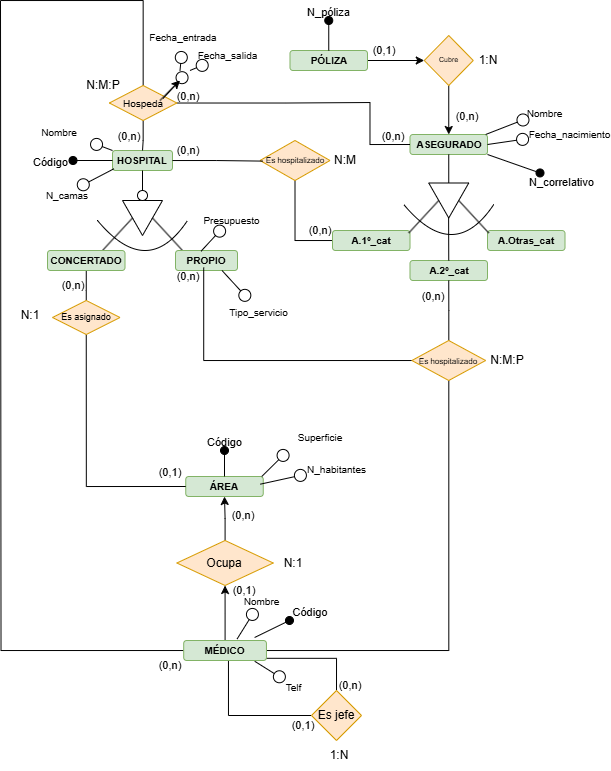
Earlier version of the draw.io export Data Base/GestionHospitales.drawio.png (Samue45/1-DAM). Source tidied: cells renumbered, new cells last; positions are measured from the earlier drawing's top-left corner, leaving out a move shared by most shapes.
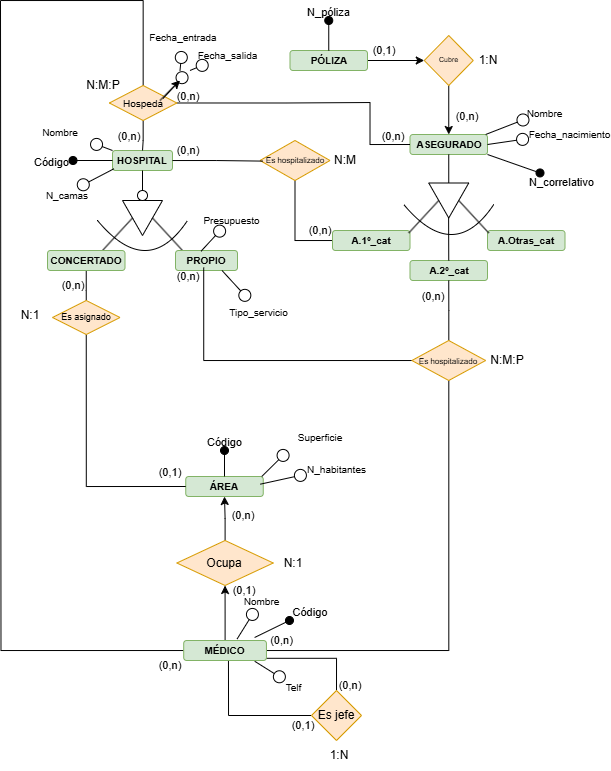
After the change.

Change to the diagram source:
```diff
@@ -371,5 +371,8 @@
     <mxCell id="106" value="(0,n)" style="text;html=1;align=center;verticalAlign=middle;whiteSpace=wrap;rounded=0;fontSize=11;" parent="1" vertex="1">
       <mxGeometry x="375.5" y="131" width="34" height="9" as="geometry" />
     </mxCell>
+    <mxCell id="107" value="(0,n)" style="text;html=1;align=center;verticalAlign=middle;whiteSpace=wrap;rounded=0;fontSize=11;" parent="1" vertex="1">
+      <mxGeometry x="262.8" y="630" width="37.2" height="19" as="geometry" />
+    </mxCell>
   </root>
 </mxGraphModel>
```
